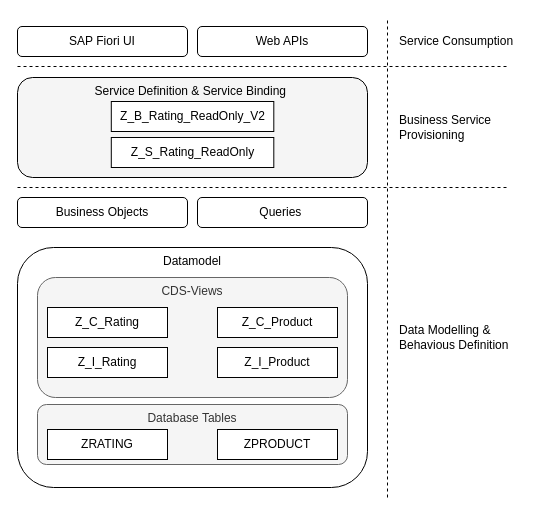
ceedee666/modern-abap-curriculum keeps this draw.io diagram as docs/imgs/ro_list_report/rap_components_ro_list.drawio. Above is the earlier version. Source tidied: cells renumbered, new cells numbered last; positions are measured from the earlier drawing's top-left corner, leaving out a move shared by most shapes. Both pictures are drawn from the tidied source at 100%, with x=0, y=0 at pixel (17, 17).
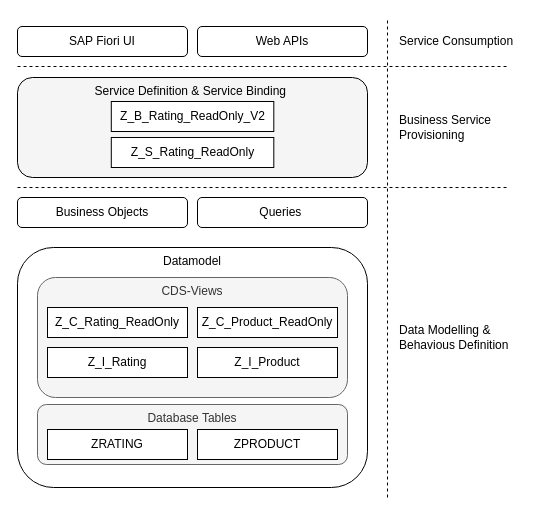
The same diagram, later.

The change refers to these unchanged cells:
```xml
<mxCell id="17" style="group;" parent="1" vertex="1">
  <mxGeometry x="20" y="387" width="310" height="60" as="geometry" />
</mxCell>
<mxCell id="21" style="group;" parent="1" vertex="1">
  <mxGeometry x="20" y="260" width="310" height="120" as="geometry" />
</mxCell>
```

The edit, as a diff of the source:
```diff
@@
     <mxCell id="19" value="ZRATING" style="rounded=0;whiteSpace=wrap;html=1;" parent="17" vertex="1">
-      <mxGeometry x="10" y="25" width="120" height="30" as="geometry" />
+      <mxGeometry x="10" y="25" width="140" height="30" as="geometry" />
     </mxCell>
     <mxCell id="20" value="ZPRODUCT" style="rounded=0;whiteSpace=wrap;html=1;" parent="17" vertex="1">
-      <mxGeometry x="180" y="25" width="120" height="30" as="geometry" />
+      <mxGeometry x="160" y="25" width="140" height="30" as="geometry" />
     </mxCell>
@@
     <mxCell id="23" value="Z_I_Rating" style="rounded=0;whiteSpace=wrap;html=1;" parent="21" vertex="1">
-      <mxGeometry x="10" y="70" width="120" height="30" as="geometry" />
+      <mxGeometry x="10" y="70" width="140" height="30" as="geometry" />
     </mxCell>
     <mxCell id="24" value="Z_I_Product" style="rounded=0;whiteSpace=wrap;html=1;" parent="21" vertex="1">
-      <mxGeometry x="180" y="70" width="120" height="30" as="geometry" />
+      <mxGeometry x="160" y="70" width="140" height="30" as="geometry" />
     </mxCell>
-    <mxCell id="25" value="Z_C_Rating" style="rounded=0;whiteSpace=wrap;html=1;" parent="21" vertex="1">
-      <mxGeometry x="10" y="30" width="120" height="30" as="geometry" />
+    <mxCell id="25" value="Z_C_Rating_ReadOnly" style="rounded=0;whiteSpace=wrap;html=1;" parent="21" vertex="1">
+      <mxGeometry x="10" y="30" width="140" height="30" as="geometry" />
     </mxCell>
-    <mxCell id="26" value="Z_C_Product" style="rounded=0;whiteSpace=wrap;html=1;" parent="21" vertex="1">
-      <mxGeometry x="180" y="30" width="120" height="30" as="geometry" />
+    <mxCell id="26" value="Z_C_Product_ReadOnly" style="rounded=0;whiteSpace=wrap;html=1;" parent="21" vertex="1">
+      <mxGeometry x="160" y="30" width="140" height="30" as="geometry" />
     </mxCell>
```
